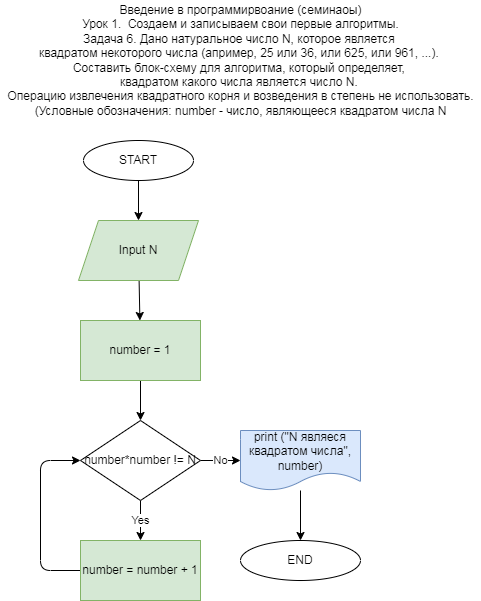
Above: Folder_for_block_diagrams/6.drawio.png in irina792901/additional_tasks_on_algorithms (draw.io), before the change. Source tidied: cells renumbered, new cells last; positions are measured from the earlier drawing's top-left corner, leaving out a move shared by most shapes.
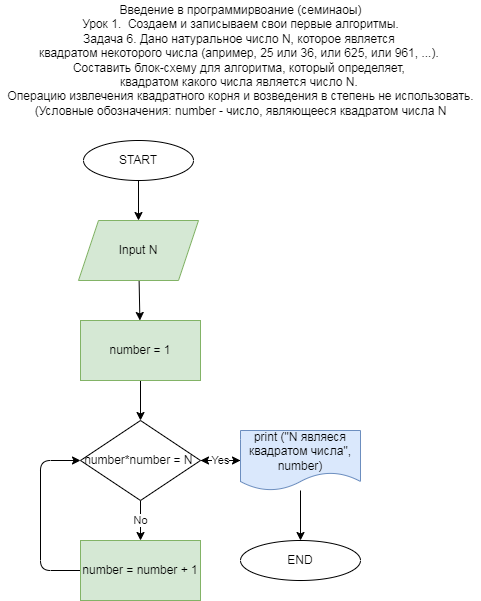
After the commit.

The edit, as a diff of the source:
```diff
@@ -20,7 +20,7 @@
     <mxCell id="7" value="number = 1" style="rounded=0;whiteSpace=wrap;html=1;fillColor=#d5e8d4;strokeColor=#82b366;" parent="1" vertex="1">
       <mxGeometry x="80" y="320" width="120" height="60" as="geometry" />
     </mxCell>
-    <mxCell id="8" value="Yes" style="edgeStyle=none;html=1;rounded=0;" parent="1" edge="1" source="10">
+    <mxCell id="8" value="No" style="edgeStyle=none;html=1;rounded=0;" parent="1" edge="1" source="10">
       <mxGeometry relative="1" as="geometry">
         <mxPoint x="140" y="540" as="targetPoint" />
       </mxGeometry>
@@ -30,7 +30,7 @@
         <mxPoint x="240" y="460" as="targetPoint" />
       </mxGeometry>
     </mxCell>
-    <mxCell id="10" value="number*number != N" style="rhombus;whiteSpace=wrap;html=1;rounded=0;" parent="1" vertex="1">
+    <mxCell id="10" value="number*number = N&amp;nbsp;" style="rhombus;whiteSpace=wrap;html=1;rounded=0;" parent="1" vertex="1">
       <mxGeometry x="80" y="420" width="120" height="80" as="geometry" />
     </mxCell>
     <mxCell id="11" style="edgeStyle=none;html=1;entryX=0;entryY=0.5;entryDx=0;entryDy=0;" parent="1" edge="1" source="12" target="10">
@@ -53,6 +53,9 @@
     <mxCell id="15" style="edgeStyle=none;html=1;" parent="1" edge="1" source="16" target="14">
       <mxGeometry relative="1" as="geometry" />
     </mxCell>
+    <mxCell id="17" value="Yes" style="edgeStyle=none;html=1;" parent="1" edge="1" source="16" target="10">
+      <mxGeometry relative="1" as="geometry" />
+    </mxCell>
     <mxCell id="16" value="print (&quot;N являеся квадратом числа&quot;, number)" style="shape=document;whiteSpace=wrap;html=1;boundedLbl=1;rounded=0;fillColor=#dae8fc;strokeColor=#6c8ebf;" parent="1" vertex="1">
       <mxGeometry x="240" y="430" width="120" height="60" as="geometry" />
     </mxCell>
```
